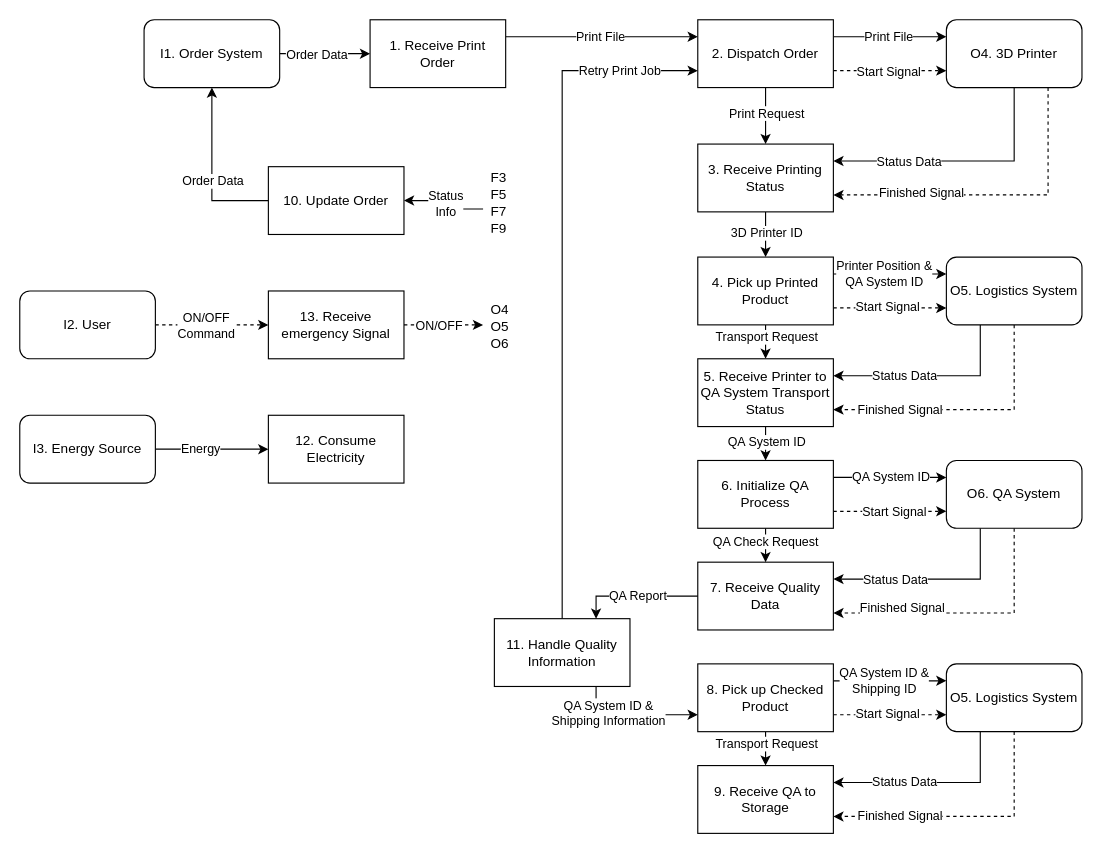
SystemEngineeringWS24-25/3d-printing-production-system keeps this draw.io diagram as diagrams/MES_FBD.drawio. Above is the earlier version. Source tidied: cells renumbered, new cells numbered last; positions are measured from the earlier drawing's top-left corner, leaving out a move shared by most shapes. Both pictures are drawn from the tidied source at 113%, with x=0, y=0 at pixel (19, 19).
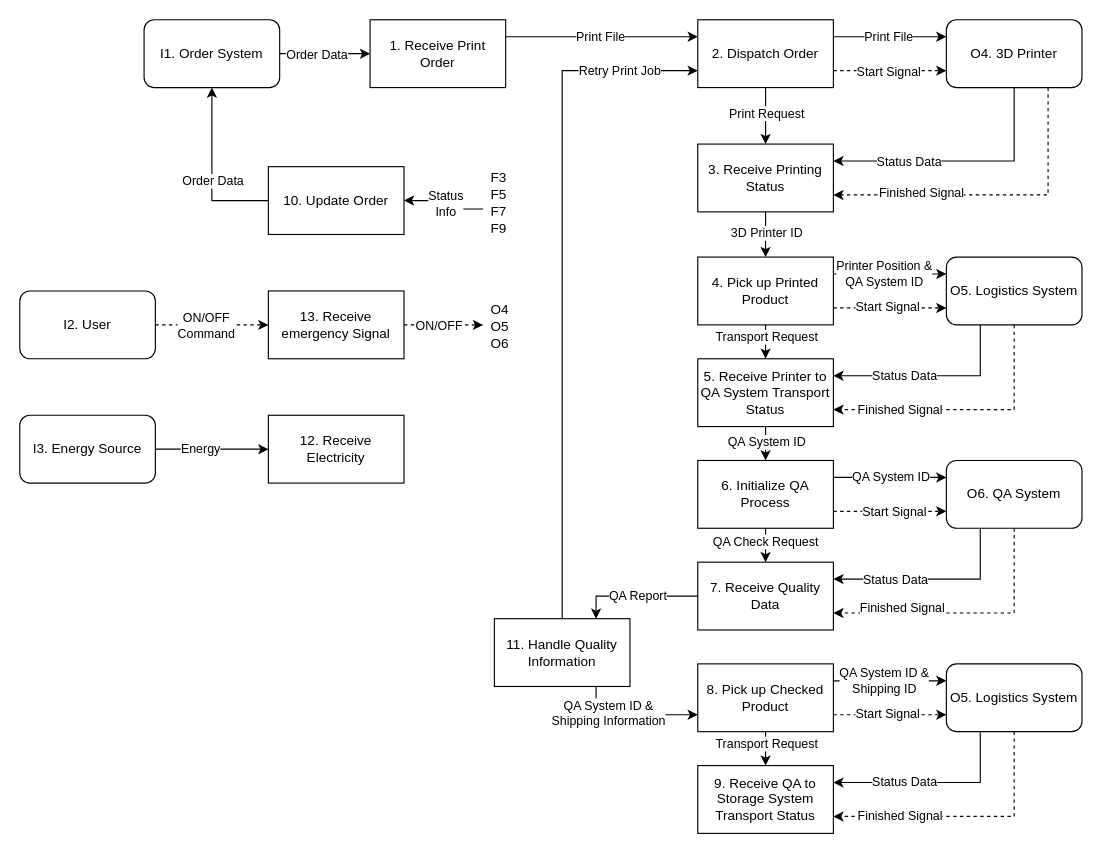
The same diagram, later.

What changed in the source:
```diff
@@
-    <mxCell id="26" value="12. Consume Electricity" style="rounded=0;whiteSpace=wrap;html=1;" parent="1" vertex="1">
+    <mxCell id="26" value="12. Receive &lt;br&gt;Electricity" style="rounded=0;whiteSpace=wrap;html=1;" parent="1" vertex="1">
       <mxGeometry x="220" y="350" width="120" height="60" as="geometry" />
     </mxCell>
@@
-    <mxCell id="73" value="9. Receive QA to Storage " style="rounded=0;whiteSpace=wrap;html=1;" parent="1" vertex="1">
+    <mxCell id="73" value="9. Receive QA to Storage System Transport Status" style="rounded=0;whiteSpace=wrap;html=1;" parent="1" vertex="1">
       <mxGeometry x="600" y="660" width="120" height="60" as="geometry" />
     </mxCell>
```
